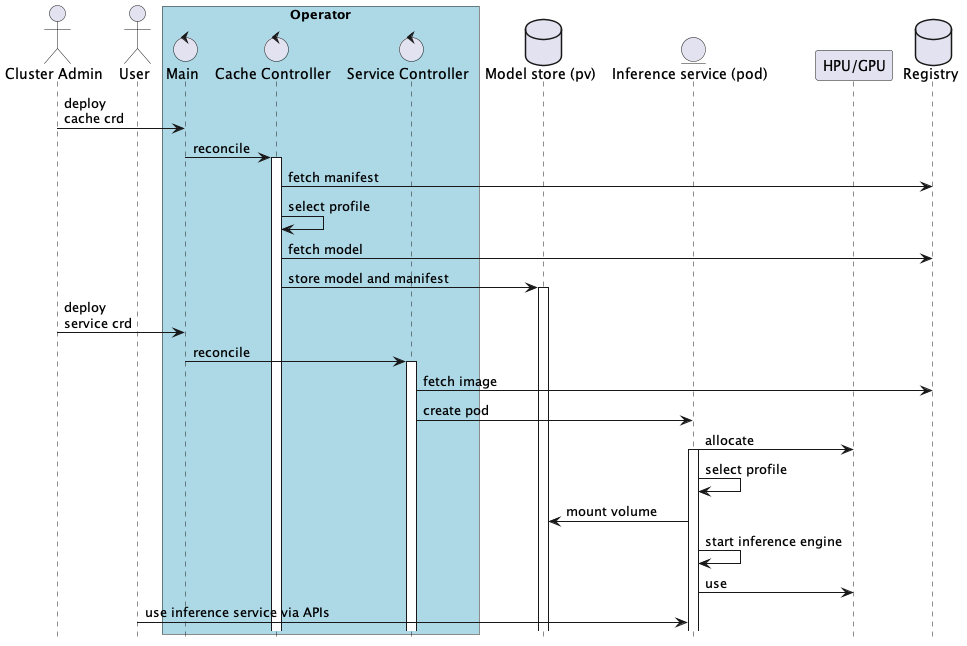
The PlantUML diagram latest/community/rfcs/assets/oim-operator-flow.png in opea-project/opea-project.github.io, before a commit.
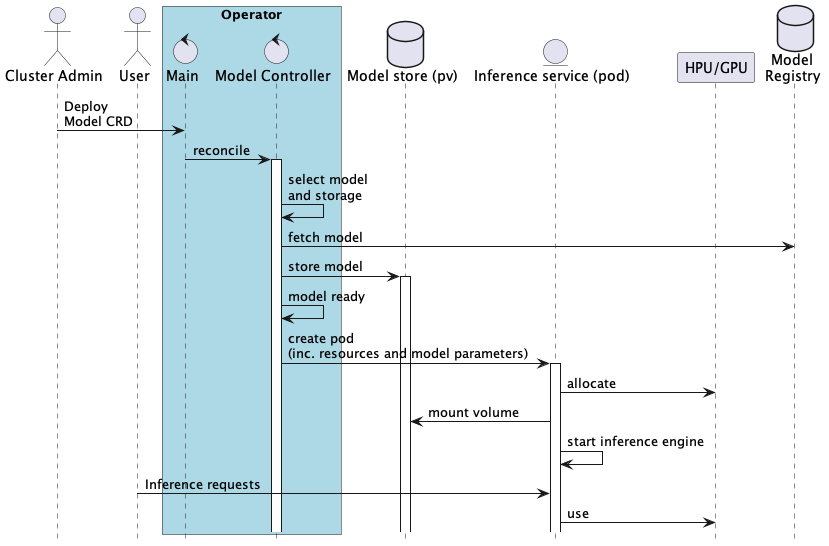
Later version of the same file.

Commit message:
deploy: 1e73cf4472f7266d7ddb31af0446170350789a5f

The edit, as a diff of the source:
```diff
@@ -6,33 +6,26 @@
 actor "User" as user
 box "Operator" #LightBlue
 control "Main" as operator
-control "Cache Controller" as cache
-control "Service Controller" as service
+control "Model Controller" as cache
 end box
 database "Model store (pv)" as pv
 entity "Inference service (pod)" as pod
 participant "HPU/GPU" as accelerator
-database "Registry" as registry
+database "Model\nRegistry" as registry
 
-admin -> operator: deploy\ncache crd
+admin -> operator: Deploy\nModel CRD
 operator -> cache: reconcile
 activate cache
-cache -> registry: fetch manifest
-cache -> cache: select profile
+cache -> cache: select model\nand storage
 cache -> registry: fetch model
-cache -> pv: store model and manifest
+cache -> pv: store model
 activate pv
-admin -> operator: deploy\nservice crd
-operator -> service: reconcile
-activate service
-service -> registry: fetch image
-service -> pod: create pod
+cache -> cache: model ready
+cache -> pod: create pod\n(inc. resources and model parameters)
+activate pod
 pod -> accelerator: allocate
-activate pod
-pod -> pod: select profile
 pod -> pv: mount volume
 pod -> pod: start inference engine
+user -> pod: Inference requests
 pod -> accelerator: use
-
-user -> pod: use inference service via APIs
 @enduml
```
